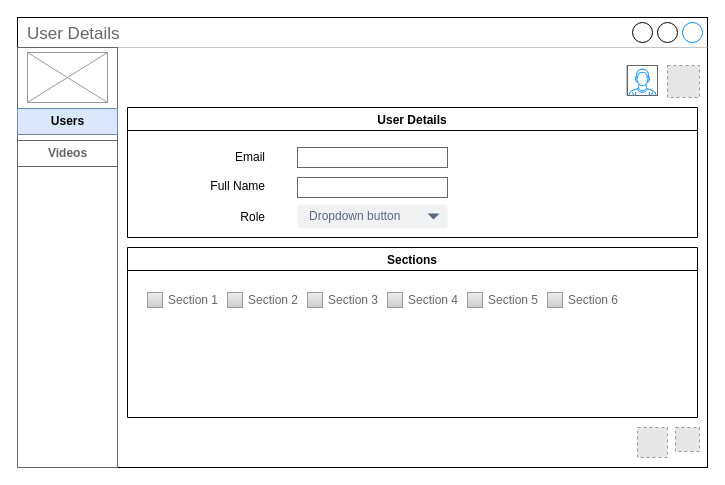
The draw.io diagram page "Admin/Reviewer - User Details" (7 of 9) of Untitled Diagram.drawio in wowarjuna/ivod, before the edit. Source tidied: cells renumbered, new cells numbered last; positions are measured from the earlier drawing's top-left corner, leaving out a move shared by most shapes. Both pictures are drawn from the tidied source at 100%, with x=0, y=0 at pixel (17, 17). Pictures stored in the file or linked from it are replaced by grey dashed boxes.
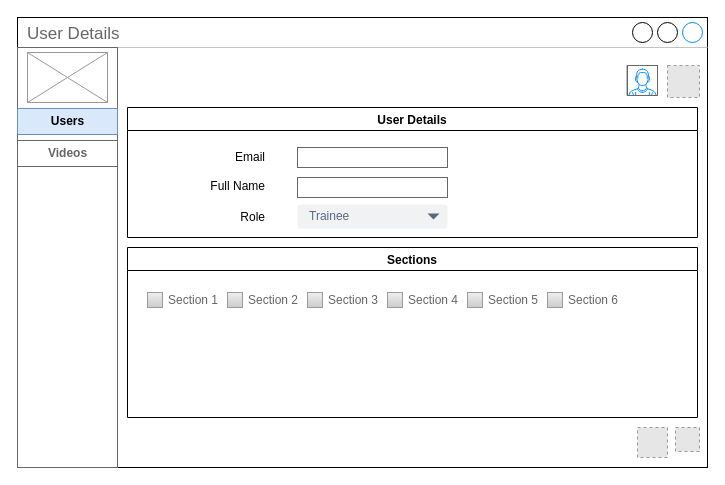
The same diagram, later.

Change to the diagram source:
```diff
@@
-    <mxCell id="24" value="Dropdown button" style="rounded=1;fillColor=#F1F2F4;strokeColor=none;html=1;fontColor=#596780;align=left;fontSize=12;spacingLeft=10;" parent="1" vertex="1">
+    <mxCell id="24" value="Trainee" style="rounded=1;fillColor=#F1F2F4;strokeColor=none;html=1;fontColor=#596780;align=left;fontSize=12;spacingLeft=10;" parent="1" vertex="1">
       <mxGeometry x="280" y="187" width="150" height="24" as="geometry" />
     </mxCell>
```
